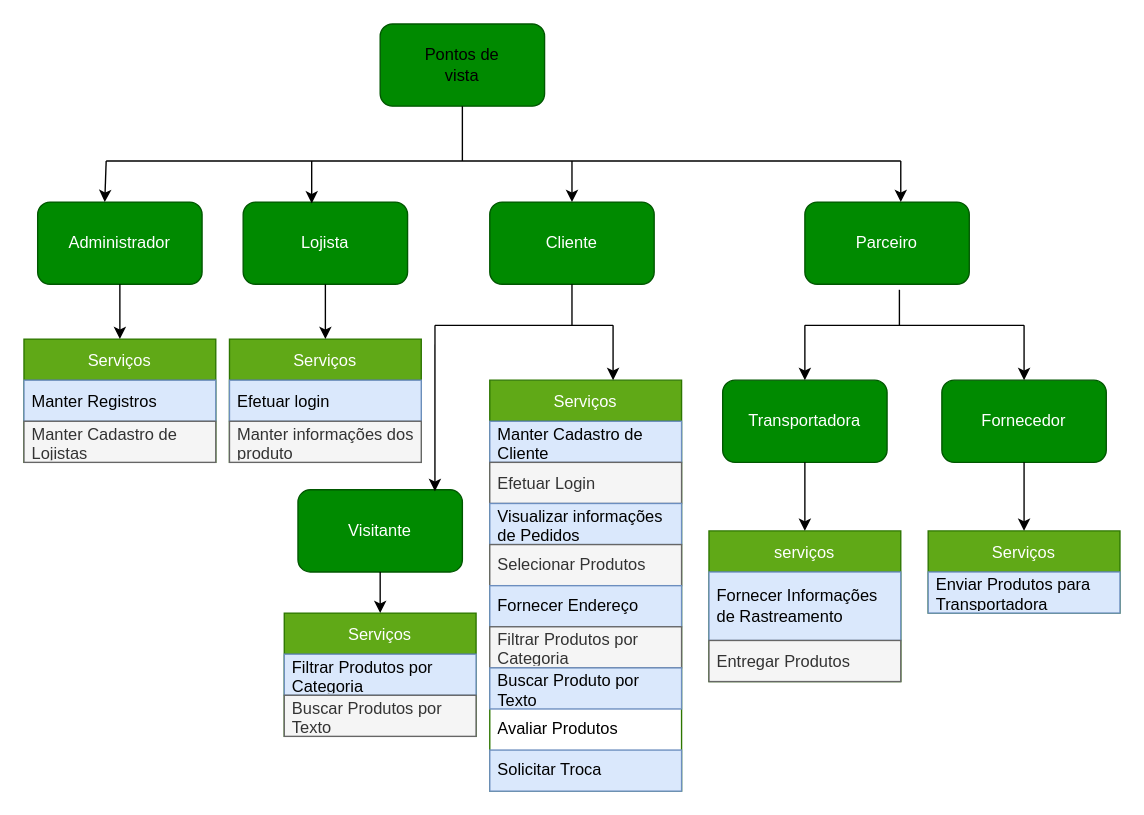
JorgeEduardoFOS/ecommercepet keeps this draw.io diagram as PointOfViewHierarchyDiagram.drawio. Above is the earlier version. Source tidied: cells renumbered, new cells numbered last; positions are measured from the earlier drawing's top-left corner, leaving out a move shared by most shapes. Both pictures are drawn from the tidied source at 137%, with x=0, y=0 at pixel (23, 23).
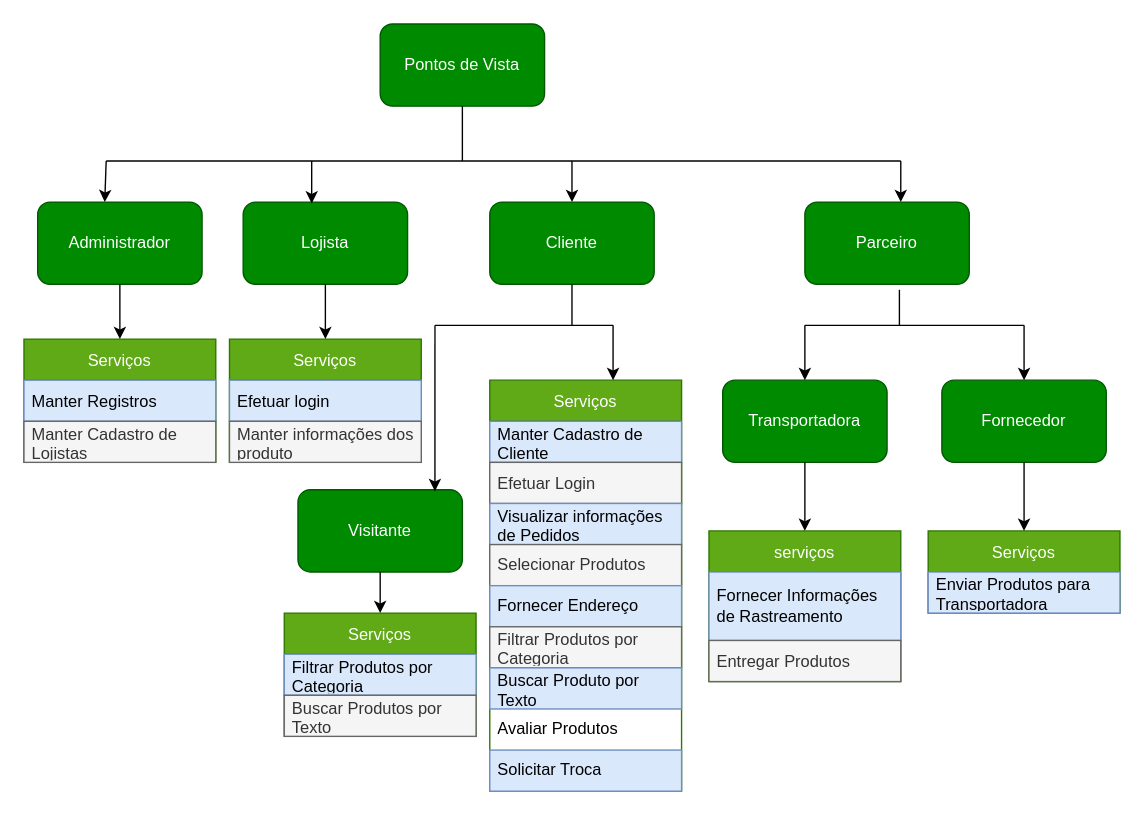
After the change.

Diff of the diagram source:
```diff
@@
-    <mxCell id="2" style="rounded=1;whiteSpace=wrap;html=1;fillColor=#008a00;strokeColor=#005700;fontColor=#ffffff;" parent="1" vertex="1">
+    <mxCell id="2" value="Pontos de Vista" style="rounded=1;whiteSpace=wrap;html=1;fillColor=#008a00;strokeColor=#005700;fontColor=#ffffff;" parent="1" vertex="1">
       <mxGeometry x="260" width="120" height="60" as="geometry" />
     </mxCell>
@@
-    <mxCell id="7" value="&lt;div&gt;Pontos de vista&lt;/div&gt;" style="text;html=1;strokeColor=none;fillColor=none;align=center;verticalAlign=middle;whiteSpace=wrap;rounded=0;" parent="1" vertex="1">
-      <mxGeometry x="290" y="15" width="60" height="30" as="geometry" />
-    </mxCell>
```
